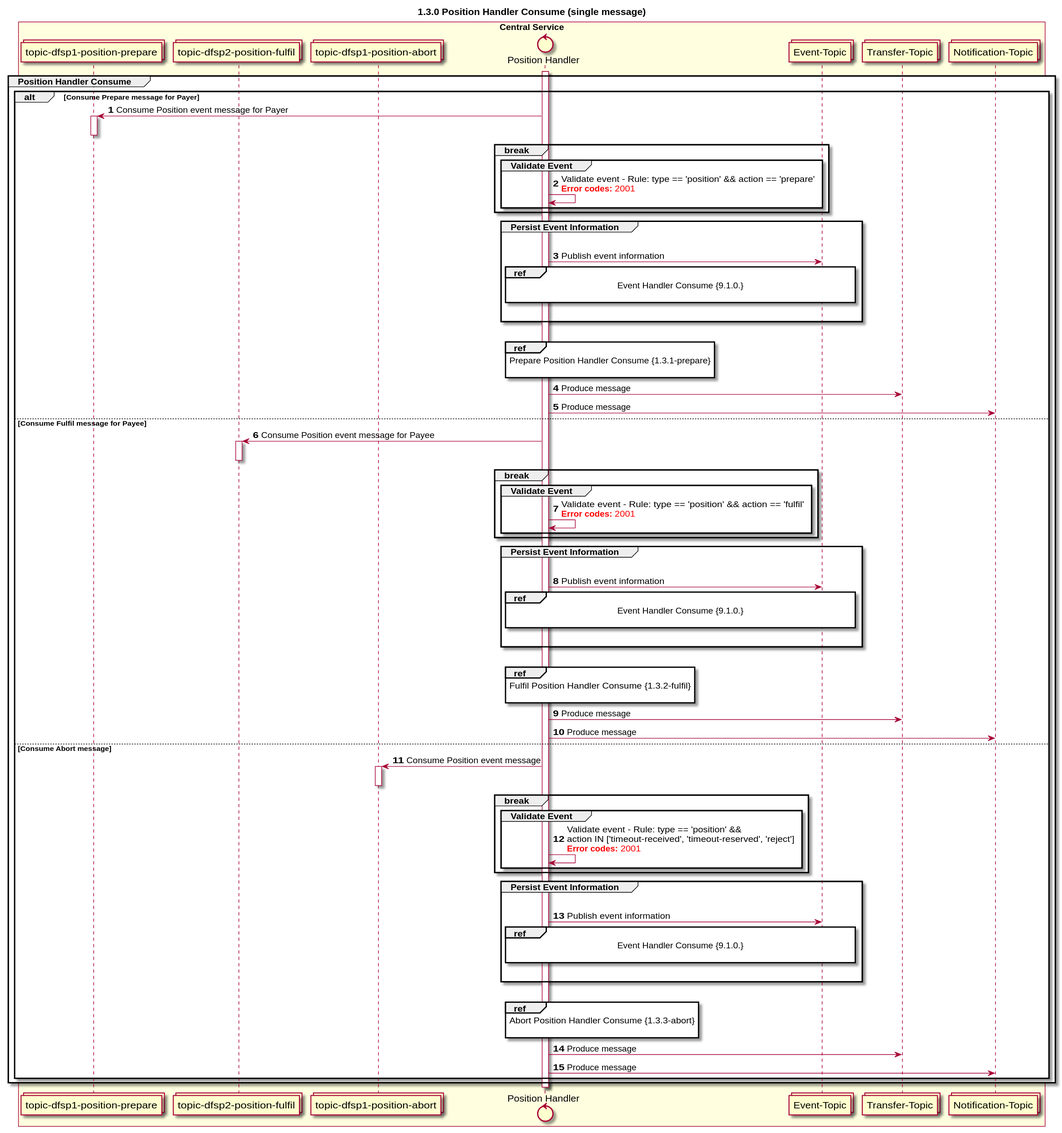
Before: CentralServices/seq_diagrams/seq-position-1.3.0.svg, a diagram exported from PlantUML (ggrg/docs). Source of this version:
```plantuml
@startuml
title 1.3.0 Position Handler Consume (single message)

autonumber


collections "topic-dfsp1-position-prepare" as TOPIC_POSITION_PREPARE_DFSP1
collections "topic-dfsp2-position-fulfil" as TOPIC_POSITION_FULFIL_DFSP2
collections "topic-dfsp1-position-abort" as TOPIC_POSITION_ABORT_DFSP1
control "Position Handler" as POS_HANDLER
collections "Transfer-Topic" as TOPIC_TRANSFERS
collections "Event-Topic" as TOPIC_EVENTS
collections "Notification-Topic" as TOPIC_NOTIFICATIONS

box "Central Service" #LightYellow
    participant TOPIC_POSITION_PREPARE_DFSP1
    participant TOPIC_POSITION_FULFIL_DFSP2
    participant TOPIC_POSITION_ABORT_DFSP1
    participant POS_HANDLER
    participant TOPIC_EVENTS
    participant TOPIC_TRANSFERS
    participant TOPIC_NOTIFICATIONS
end box

activate POS_HANDLER
group Position Handler Consume
    alt Consume Prepare message for Payer
        TOPIC_POSITION_PREPARE_DFSP1 <- POS_HANDLER: Consume Position event message for Payer
        activate TOPIC_POSITION_PREPARE_DFSP1
        deactivate TOPIC_POSITION_PREPARE_DFSP1
        break
            group Validate Event
                POS_HANDLER <-> POS_HANDLER: Validate event - Rule: type == 'position' && action == 'prepare'\n<color #FF0000><b>Error codes:</b> 2001</color>
            end
        end
        group Persist Event Information
            |||
            POS_HANDLER -> TOPIC_EVENTS: Publish event information
            ref over POS_HANDLER, TOPIC_EVENTS :  Event Handler Consume {9.1.0.} \n
            |||
        end
        |||
        ref over POS_HANDLER: Prepare Position Handler Consume {1.3.1-prepare} \n
        POS_HANDLER -> TOPIC_TRANSFERS: Produce message
        POS_HANDLER -> TOPIC_NOTIFICATIONS: Produce message
    else Consume Fulfil message for Payee
        TOPIC_POSITION_FULFIL_DFSP2 <- POS_HANDLER: Consume Position event message for Payee
        activate TOPIC_POSITION_FULFIL_DFSP2
        deactivate TOPIC_POSITION_FULFIL_DFSP2
        break
            group Validate Event
                POS_HANDLER <-> POS_HANDLER: Validate event - Rule: type == 'position' && action == 'fulfil'\n<color #FF0000><b>Error codes:</b> 2001</color>
            end
        end
        group Persist Event Information
            |||
            POS_HANDLER -> TOPIC_EVENTS: Publish event information
            ref over POS_HANDLER, TOPIC_EVENTS :  Event Handler Consume {9.1.0.} \n
            |||
        end
        |||
        ref over POS_HANDLER: Fulfil Position Handler Consume {1.3.2-fulfil} \n
        POS_HANDLER -> TOPIC_TRANSFERS: Produce message
        POS_HANDLER -> TOPIC_NOTIFICATIONS: Produce message
    else Consume Abort message
        TOPIC_POSITION_ABORT_DFSP1 <- POS_HANDLER: Consume Position event message
        activate TOPIC_POSITION_ABORT_DFSP1
        deactivate TOPIC_POSITION_ABORT_DFSP1
        break
            group Validate Event
                POS_HANDLER <-> POS_HANDLER: Validate event - Rule: type == 'position' &&\naction IN ['timeout-received', 'timeout-reserved', 'reject']\n<color #FF0000><b>Error codes:</b> 2001</color>
            end
        end
        group Persist Event Information
            |||
            POS_HANDLER -> TOPIC_EVENTS: Publish event information
            ref over POS_HANDLER, TOPIC_EVENTS :  Event Handler Consume {9.1.0.} \n
            |||
        end
        |||
        ref over POS_HANDLER: Abort Position Handler Consume {1.3.3-abort} \n
        POS_HANDLER -> TOPIC_TRANSFERS: Produce message
        POS_HANDLER -> TOPIC_NOTIFICATIONS: Produce message
    end

end
deactivate POS_HANDLER
@enduml
```
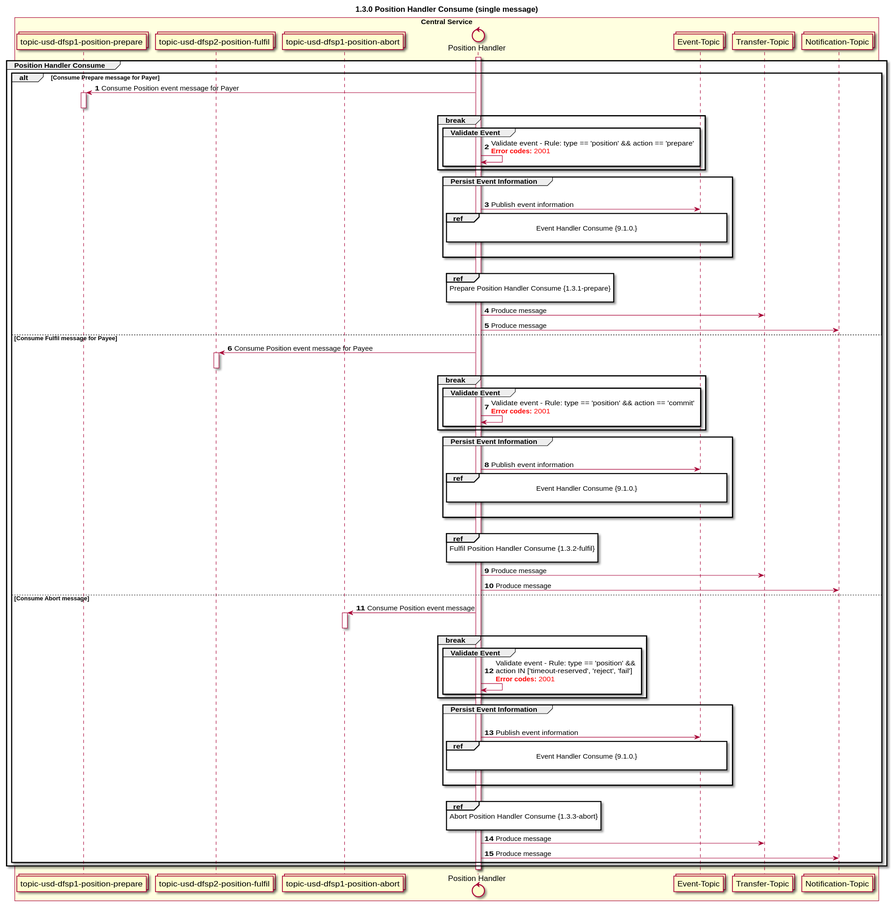
After the change.

The edit, as a diff of the source:
```diff
@@ -4,9 +4,9 @@
 autonumber
 
 
-collections "topic-dfsp1-position-prepare" as TOPIC_POSITION_PREPARE_DFSP1
-collections "topic-dfsp2-position-fulfil" as TOPIC_POSITION_FULFIL_DFSP2
-collections "topic-dfsp1-position-abort" as TOPIC_POSITION_ABORT_DFSP1
+collections "topic-usd-dfsp1-position-prepare" as TOPIC_POSITION_PREPARE_DFSP1
+collections "topic-usd-dfsp2-position-fulfil" as TOPIC_POSITION_FULFIL_DFSP2
+collections "topic-usd-dfsp1-position-abort" as TOPIC_POSITION_ABORT_DFSP1
 control "Position Handler" as POS_HANDLER
 collections "Transfer-Topic" as TOPIC_TRANSFERS
 collections "Event-Topic" as TOPIC_EVENTS
@@ -49,7 +49,7 @@
         deactivate TOPIC_POSITION_FULFIL_DFSP2
         break
             group Validate Event
-                POS_HANDLER <-> POS_HANDLER: Validate event - Rule: type == 'position' && action == 'fulfil'\n<color #FF0000><b>Error codes:</b> 2001</color>
+                POS_HANDLER <-> POS_HANDLER: Validate event - Rule: type == 'position' && action == 'commit'\n<color #FF0000><b>Error codes:</b> 2001</color>
             end
         end
         group Persist Event Information
@@ -68,7 +68,7 @@
         deactivate TOPIC_POSITION_ABORT_DFSP1
         break
             group Validate Event
-                POS_HANDLER <-> POS_HANDLER: Validate event - Rule: type == 'position' &&\naction IN ['timeout-received', 'timeout-reserved', 'reject']\n<color #FF0000><b>Error codes:</b> 2001</color>
+                POS_HANDLER <-> POS_HANDLER: Validate event - Rule: type == 'position' &&\naction IN ['timeout-reserved', 'reject', 'fail']\n<color #FF0000><b>Error codes:</b> 2001</color>
             end
         end
         group Persist Event Information
```
